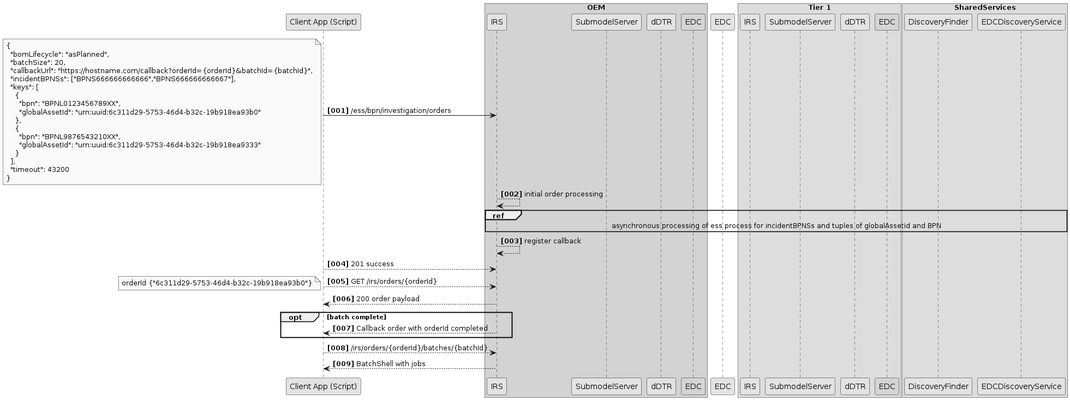
Earlier version of the PlantUML export docs/assets/arc42/arc42_022.png (catenax-ng/tx-item-relationship-service).
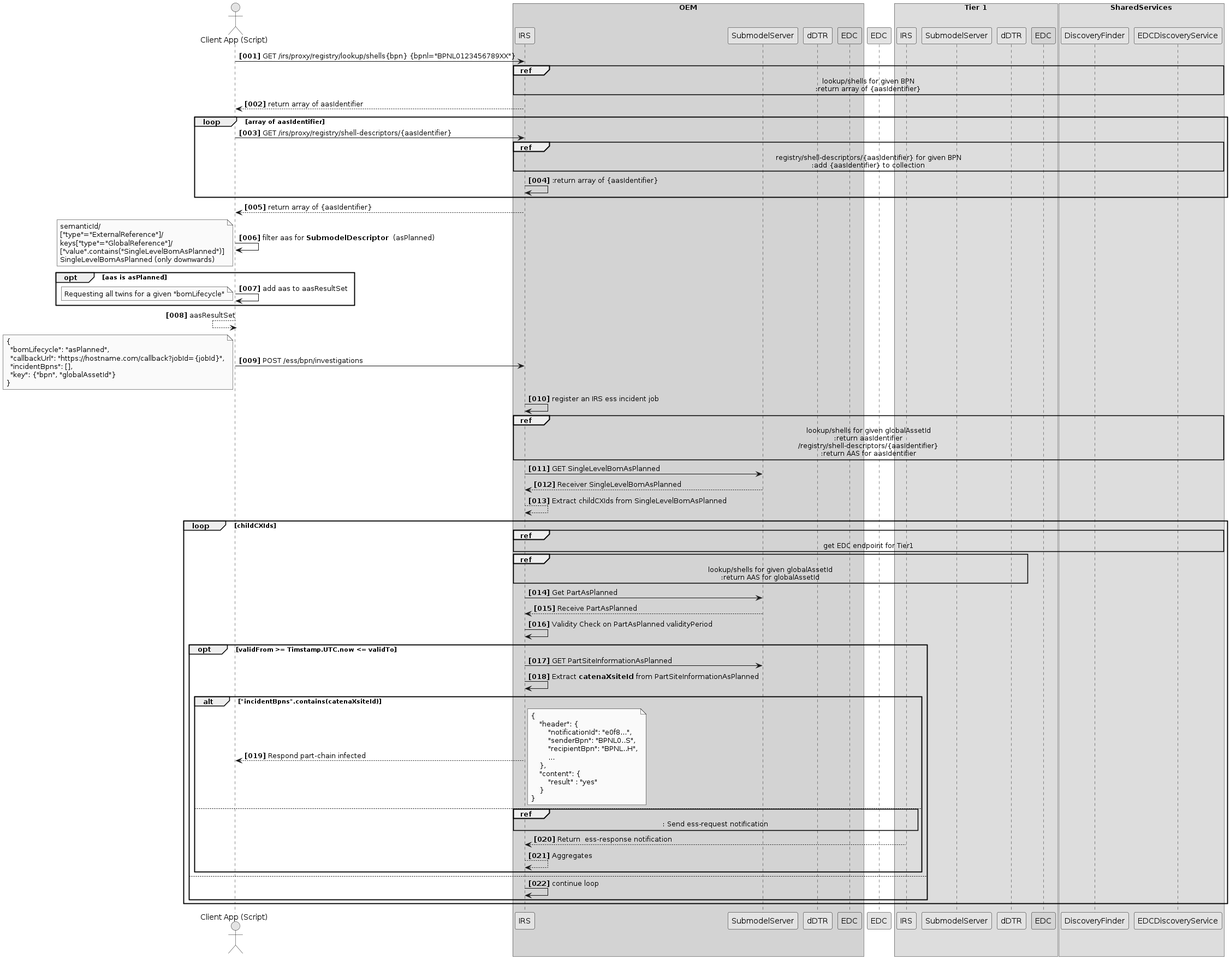
Above is the later version.

The edit, as a diff of the source:
```diff
@@ -5,7 +5,7 @@
 
 autonumber "<b>[000]"
 
-participant "Client App (Script)" as Client
+actor "Client App (Script)" as Client
 
 box "OEM" #LightGrey
     participant IRS as IRS
@@ -17,10 +17,10 @@
 participant EDC as EDCTier1
 
 box "Tier 1"
-    participant IRS as IRSTier1
-    participant SubmodelServer as SubmodelServerTier1
-    participant dDTR as dDTRTier1
-    participant EDC as EDCConsumerTier1 #99FF99
+     participant IRS as IRSTier1
+     participant SubmodelServer as SubmodelServerTier1
+     participant dDTR as dDTRTier1
+     participant EDC as EDCConsumerTier1 #99FF99
 end box
 
 box SharedServices
@@ -28,41 +28,107 @@
     participant EDCDiscoveryService as EDCDiscoveryService
 end box
 
-Client -> IRS : /ess/bpn/investigation/orders
+Client -> IRS :  GET /irs/proxy/registry/lookup/shells{bpn} {bpnl="BPNL0123456789XX"}
+
+ref over IRS, DiscoveryFinder, EDCDiscoveryService, EDC, dDTR
+    lookup/shells for given BPN
+    :return array of {aasIdentifier}
+end
+Client <-- IRS :return array of aasIdentifier
+
+loop array of aasIdentifier
+    Client -> IRS :  GET /irs/proxy/registry/shell-descriptors/{aasIdentifier}
+    ref over IRS, DiscoveryFinder, EDCDiscoveryService, EDC, dDTR
+        registry/shell-descriptors/{aasIdentifier} for given BPN
+        :add {aasIdentifier} to collection
+    end
+    IRS -> IRS : :return array of {aasIdentifier}
+end loop
+
+Client <-- IRS : return array of {aasIdentifier}
+
+Client -> Client : filter aas for **SubmodelDescriptor**  (asPlanned)
+
+opt aas is asPlanned
+    note left
+        semanticId/
+        ["type"="ExternalReference"]/
+        keys["type"="GlobalReference"]/
+        ["value".contains("SingleLevelBomAsPlanned")]
+        SingleLevelBomAsPlanned (only downwards)
+    end note
+    Client -> Client : add aas to aasResultSet
+    note left
+        Requesting all twins for a given "bomLifecycle"
+    end note
+
+end opt
+
+Client <-- Client : aasResultSet
+
+Client -> IRS : POST /ess/bpn/investigations
 note left
     {
       "bomLifecycle": "asPlanned",
-      "batchSize": 20,
-      "callbackUrl": "https://hostname.com/callback?orderId={orderId}&batchId={batchId}",
-      "incidentBPNSs": ["BPNS666666666666","BPNS666666666667"],
-      "keys": [
-        {
-          "bpn": "BPNL0123456789XX",
-          "globalAssetId": "urn:uuid:6c311d29-5753-46d4-b32c-19b918ea93b0"
-        },
-        {
-          "bpn": "BPNL9876543210XX",
-          "globalAssetId": "urn:uuid:6c311d29-5753-46d4-b32c-19b918ea9333"
-        }
-      ],
-      "timeout": 43200
+      "callbackUrl": "https://hostname.com/callback?jobId={jobId}",
+      "incidentBpns": [],
+      "key": {"bpn", "globalAssetId"}
     }
 end note
-IRS --> IRS : initial order processing
-ref over IRS, EDC, EDCTier1, SubmodelServerTier1, dDTRTier1, EDCConsumerTier1, DiscoveryFinder, EDCDiscoveryService
-    asynchronous processing of ess process for incidentBPNSs and tuples of globalAssetid and BPN
-end ref
-IRS --> IRS : register callback
-IRS <-- Client : 201 success
-IRS <-- Client : GET /irs/orders/{orderId}
-note left
-    orderId {"6c311d29-5753-46d4-b32c-19b918ea93b0"}
-end note
-Client <-- IRS : 200 order payload
+IRS -> IRS : register an IRS ess incident job
 
-opt batch complete
-    Client <-- IRS : Callback order with orderId completed
-end opt
-Client --> IRS : /irs/orders/{orderId}/batches/{batchId}
-Client <-- IRS : BatchShell with jobs
+ref over IRS, DiscoveryFinder, EDCDiscoveryService, EDC, dDTR
+    lookup/shells for given globalAssetId
+    :return aasIdentifier
+    /registry/shell-descriptors/{aasIdentifier}
+    :return AAS for aasIdentifier
+end
+IRS -> SubmodelServer : GET SingleLevelBomAsPlanned
+IRS <-- SubmodelServer : Receiver SingleLevelBomAsPlanned
+IRS --> IRS : Extract childCXIds from SingleLevelBomAsPlanned
+
+loop  childCXIds
+
+ref over IRS, DiscoveryFinder, EDCDiscoveryService
+    get EDC endpoint for Tier1
+end
+ref over IRS, EDCTier1, dDTRTier1
+    lookup/shells for given globalAssetId
+    :return AAS for globalAssetId
+end
+IRS -> SubmodelServer : Get PartAsPlanned
+IRS <-- SubmodelServer : Receive PartAsPlanned
+IRS -> IRS: Validity Check on PartAsPlanned validityPeriod
+
+opt validFrom >= Timstamp.UTC.now <= validTo
+    IRS -> SubmodelServer : GET PartSiteInformationAsPlanned
+    IRS -> IRS : Extract **catenaXsiteId** from PartSiteInformationAsPlanned
+
+    alt "incidentBpns".contains(catenaXsiteId)
+        Client <-- IRS: Respond part-chain infected
+        note right
+            {
+                "header": {
+                    "notificationId": "e0f8...",
+                    "senderBpn": "BPNL0..S",
+                    "recipientBpn": "BPNL..H",
+                    ...
+                },
+                "content": {
+                    "result" : "yes"
+                }
+            }
+        end note
+    else
+        ref over IRS, IRSTier1
+            : Send ess-request notification
+        end ref
+        IRS <-- IRSTier1: Return  ess-response notification
+        IRS --> IRS : Aggregates
+    end
+else
+    IRS -> IRS: continue loop
+end
+end loop
+
 @enduml
```
